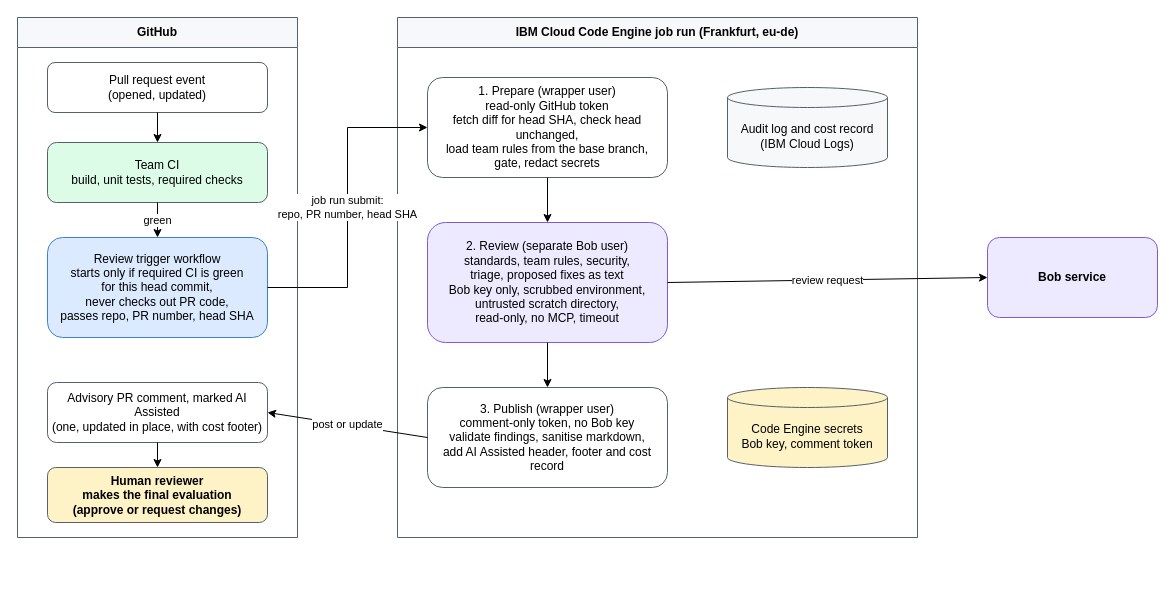
Earlier version of the draw.io diagram docs/diagrams/architecture-overview.drawio (paolob67/pr-review-agent). Source tidied: cells renumbered, new cells numbered last; positions are measured from the earlier drawing's top-left corner, leaving out a move shared by most shapes. Both pictures are drawn from the tidied source at 100%, with x=0, y=0 at pixel (17, 17).
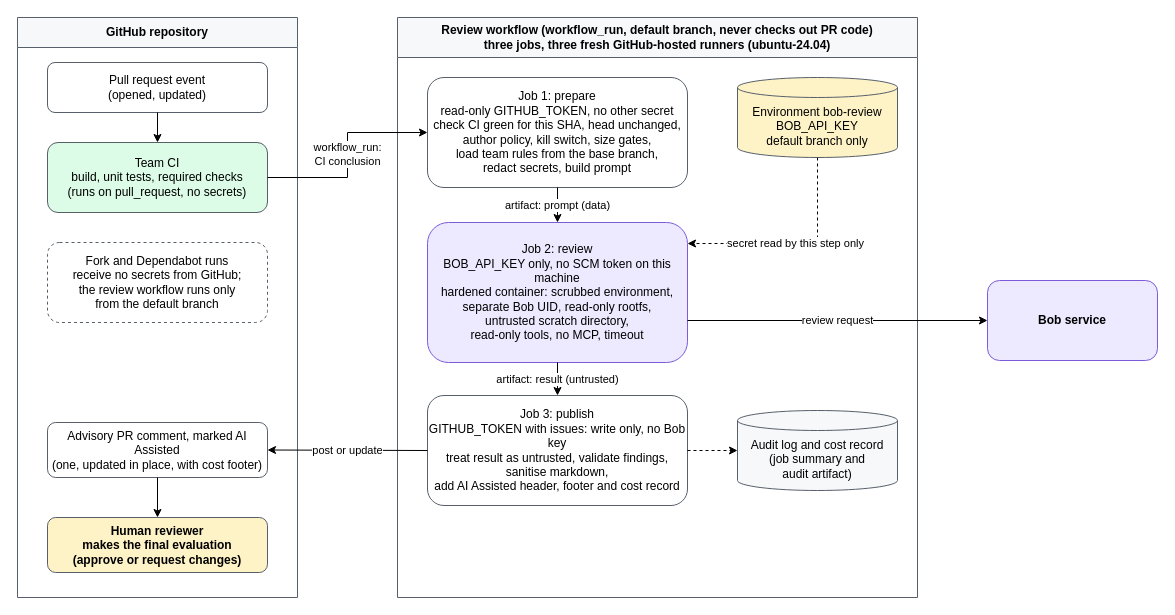
After the change.

The edit, as a diff of the source:
```diff
@@
-    <mxCell id="2" value="GitHub" style="swimlane;whiteSpace=wrap;html=1;fillColor=#f7f8fa;strokeColor=#57606a;fontStyle=1;startSize=30;" parent="1" vertex="1">
-      <mxGeometry width="280" height="520" as="geometry" />
+    <mxCell id="2" value="GitHub repository" style="swimlane;whiteSpace=wrap;html=1;fillColor=#f7f8fa;strokeColor=#57606a;fontStyle=1;startSize=30;" parent="1" vertex="1">
+      <mxGeometry width="280" height="580" as="geometry" />
     </mxCell>
@@
-    <mxCell id="4" value="Team CI&#10;build, unit tests, required checks" style="rounded=1;whiteSpace=wrap;html=1;fillColor=#dcfce7;strokeColor=#57606a;" parent="2" vertex="1">
-      <mxGeometry x="30" y="125" width="220" height="60" as="geometry" />
+    <mxCell id="4" value="Team CI&#10;build, unit tests, required checks&#10;(runs on pull_request, no secrets)" style="rounded=1;whiteSpace=wrap;html=1;fillColor=#dcfce7;strokeColor=#57606a;" parent="2" vertex="1">
+      <mxGeometry x="30" y="125" width="220" height="70" as="geometry" />
     </mxCell>
-    <mxCell id="5" value="Review trigger workflow&#10;starts only if required CI is green&#10;for this head commit,&#10;never checks out PR code,&#10;passes repo, PR number, head SHA" style="rounded=1;whiteSpace=wrap;html=1;fillColor=#dbeafe;strokeColor=#3b82d4;" parent="2" vertex="1">
-      <mxGeometry x="30" y="220" width="220" height="100" as="geometry" />
-    </mxCell>
+    <mxCell id="23" value="Fork and Dependabot runs&#10;receive no secrets from GitHub;&#10;the review workflow runs only&#10;from the default branch" style="rounded=1;whiteSpace=wrap;html=1;fillColor=#ffffff;strokeColor=#57606a;dashed=1;" parent="2" vertex="1">
+      <mxGeometry x="30" y="225" width="220" height="80" as="geometry" />
+    </mxCell>
     <mxCell id="6" value="Advisory PR comment, marked AI Assisted&#10;(one, updated in place, with cost footer)" style="rounded=1;whiteSpace=wrap;html=1;fillColor=#ffffff;strokeColor=#57606a;" parent="2" vertex="1">
-      <mxGeometry x="30" y="365" width="220" height="60" as="geometry" />
+      <mxGeometry x="30" y="405" width="220" height="55" as="geometry" />
     </mxCell>
     <mxCell id="7" value="Human reviewer&#10;makes the final evaluation&#10;(approve or request changes)" style="rounded=1;whiteSpace=wrap;html=1;fillColor=#fef3c7;strokeColor=#57606a;fontStyle=1;" parent="2" vertex="1">
-      <mxGeometry x="30" y="450" width="220" height="55" as="geometry" />
+      <mxGeometry x="30" y="500" width="220" height="55" as="geometry" />
     </mxCell>
-    <mxCell id="8" value="IBM Cloud Code Engine job run (Frankfurt, eu-de)" style="swimlane;whiteSpace=wrap;html=1;fillColor=#f7f8fa;strokeColor=#57606a;fontStyle=1;startSize=30;" parent="1" vertex="1">
-      <mxGeometry x="380" width="520" height="520" as="geometry" />
-    </mxCell>
+    <mxCell id="24" value="Review workflow (workflow_run, default branch, never checks out PR code)&#10;three jobs, three fresh GitHub-hosted runners (ubuntu-24.04)" style="swimlane;whiteSpace=wrap;html=1;fillColor=#f7f8fa;strokeColor=#57606a;fontStyle=1;startSize=40;" parent="1" vertex="1">
+      <mxGeometry x="380" width="520" height="580" as="geometry" />
+    </mxCell>
-    <mxCell id="9" value="1. Prepare (wrapper user)&#10;read-only GitHub token&#10;fetch diff for head SHA, check head unchanged,&#10;load team rules from the base branch,&#10;gate, redact secrets" style="rounded=1;whiteSpace=wrap;html=1;fillColor=#ffffff;strokeColor=#57606a;" parent="8" vertex="1">
-      <mxGeometry x="30" y="60" width="240" height="100" as="geometry" />
+    <mxCell id="9" value="Job 1: prepare&#10;read-only GITHUB_TOKEN, no other secret&#10;check CI green for this SHA, head unchanged,&#10;author policy, kill switch, size gates,&#10;load team rules from the base branch,&#10;redact secrets, build prompt" style="rounded=1;whiteSpace=wrap;html=1;fillColor=#ffffff;strokeColor=#57606a;" parent="24" vertex="1">
+      <mxGeometry x="30" y="60" width="260" height="110" as="geometry" />
     </mxCell>
-    <mxCell id="10" value="2. Review (separate Bob user)&#10;standards, team rules, security,&#10;triage, proposed fixes as text&#10;Bob key only, scrubbed environment,&#10;untrusted scratch directory,&#10;read-only, no MCP, timeout" style="rounded=1;whiteSpace=wrap;html=1;fillColor=#ede9fe;strokeColor=#7c5cd8;" parent="8" vertex="1">
-      <mxGeometry x="30" y="205" width="240" height="120" as="geometry" />
+    <mxCell id="10" value="Job 2: review&#10;BOB_API_KEY only, no SCM token on this machine&#10;hardened container: scrubbed environment,&#10;separate Bob UID, read-only rootfs,&#10;untrusted scratch directory,&#10;read-only tools, no MCP, timeout" style="rounded=1;whiteSpace=wrap;html=1;fillColor=#ede9fe;strokeColor=#7c5cd8;" parent="24" vertex="1">
+      <mxGeometry x="30" y="205" width="260" height="140" as="geometry" />
     </mxCell>
-    <mxCell id="11" value="3. Publish (wrapper user)&#10;comment-only token, no Bob key&#10;validate findings, sanitise markdown,&#10;add AI Assisted header, footer and cost record" style="rounded=1;whiteSpace=wrap;html=1;fillColor=#ffffff;strokeColor=#57606a;" parent="8" vertex="1">
-      <mxGeometry x="30" y="370" width="240" height="100" as="geometry" />
+    <mxCell id="11" value="Job 3: publish&#10;GITHUB_TOKEN with issues: write only, no Bob key&#10;treat result as untrusted, validate findings,&#10;sanitise markdown,&#10;add AI Assisted header, footer and cost record" style="rounded=1;whiteSpace=wrap;html=1;fillColor=#ffffff;strokeColor=#57606a;" parent="24" vertex="1">
+      <mxGeometry x="30" y="378" width="260" height="110" as="geometry" />
     </mxCell>
-    <mxCell id="12" value="Code Engine secrets&#10;Bob key, comment token" style="shape=cylinder3;whiteSpace=wrap;html=1;boundedLbl=1;backgroundOutline=1;size=10;fillColor=#fef3c7;strokeColor=#57606a;" parent="8" vertex="1">
-      <mxGeometry x="330" y="370" width="160" height="80" as="geometry" />
+    <mxCell id="12" value="Environment bob-review&#10;BOB_API_KEY&#10;default branch only" style="shape=cylinder3;whiteSpace=wrap;html=1;boundedLbl=1;backgroundOutline=1;size=10;fillColor=#fef3c7;strokeColor=#57606a;" parent="24" vertex="1">
+      <mxGeometry x="340" y="60" width="160" height="80" as="geometry" />
     </mxCell>
-    <mxCell id="13" value="Audit log and cost record&#10;(IBM Cloud Logs)" style="shape=cylinder3;whiteSpace=wrap;html=1;boundedLbl=1;backgroundOutline=1;size=10;fillColor=#f7f8fa;strokeColor=#57606a;" parent="8" vertex="1">
-      <mxGeometry x="330" y="70" width="160" height="80" as="geometry" />
+    <mxCell id="13" value="Audit log and cost record&#10;(job summary and&#10;audit artifact)" style="shape=cylinder3;whiteSpace=wrap;html=1;boundedLbl=1;backgroundOutline=1;size=10;fillColor=#f7f8fa;strokeColor=#57606a;" parent="24" vertex="1">
+      <mxGeometry x="340" y="393" width="160" height="80" as="geometry" />
     </mxCell>
     <mxCell id="14" value="Bob service" style="rounded=1;whiteSpace=wrap;html=1;fillColor=#ede9fe;strokeColor=#7c5cd8;fontStyle=1;" parent="1" vertex="1">
-      <mxGeometry x="970" y="220" width="170" height="80" as="geometry" />
+      <mxGeometry x="970" y="263" width="170" height="80" as="geometry" />
     </mxCell>
@@
-    <mxCell id="16" value="green" style="endArrow=classic;html=1;rounded=0;exitX=0.5;exitY=1;entryX=0.5;entryY=0;" parent="1" edge="1" source="4" target="5">
-      <mxGeometry relative="1" as="geometry" />
-    </mxCell>
-    <mxCell id="17" value="job run submit:&#10;repo, PR number, head SHA" style="endArrow=classic;html=1;rounded=0;edgeStyle=orthogonalEdgeStyle;exitX=1;exitY=0.5;entryX=0;entryY=0.5;" parent="1" edge="1" source="5" target="9">
+    <mxCell id="17" value="workflow_run:&#10;CI conclusion" style="endArrow=classic;html=1;rounded=0;edgeStyle=orthogonalEdgeStyle;exitX=1;exitY=0.5;entryX=0;entryY=0.5;" parent="1" edge="1" source="4" target="9">
       <mxGeometry relative="1" as="geometry" />
     </mxCell>
-    <mxCell id="18" style="endArrow=classic;html=1;rounded=0;exitX=0.5;exitY=1;entryX=0.5;entryY=0;" parent="1" edge="1" source="9" target="10">
+    <mxCell id="18" value="artifact: prompt (data)" style="endArrow=classic;html=1;rounded=0;exitX=0.5;exitY=1;entryX=0.5;entryY=0;" parent="1" edge="1" source="9" target="10">
       <mxGeometry relative="1" as="geometry" />
     </mxCell>
-    <mxCell id="19" style="endArrow=classic;html=1;rounded=0;exitX=0.5;exitY=1;entryX=0.5;entryY=0;" parent="1" edge="1" source="10" target="11">
+    <mxCell id="19" value="artifact: result (untrusted)" style="endArrow=classic;html=1;rounded=0;exitX=0.5;exitY=1;entryX=0.5;entryY=0;" parent="1" edge="1" source="10" target="11">
       <mxGeometry relative="1" as="geometry" />
     </mxCell>
-    <mxCell id="20" value="review request" style="endArrow=classic;html=1;rounded=0;exitX=1;exitY=0.5;entryX=0;entryY=0.5;" parent="1" edge="1" source="10" target="14">
+    <mxCell id="20" value="review request" style="endArrow=classic;html=1;rounded=0;edgeStyle=orthogonalEdgeStyle;exitX=1;exitY=0.7;entryX=0;entryY=0.5;" parent="1" edge="1" source="10" target="14">
       <mxGeometry relative="1" as="geometry" />
     </mxCell>
+    <mxCell id="25" value="secret read by this step only" style="endArrow=classic;html=1;rounded=0;edgeStyle=orthogonalEdgeStyle;dashed=1;exitX=0.5;exitY=1;exitDx=0;exitDy=0;entryX=1;entryY=0.15;" parent="1" edge="1" source="12" target="10">
+      <mxGeometry relative="1" as="geometry" />
+    </mxCell>
@@
+    <mxCell id="26" style="endArrow=classic;html=1;rounded=0;dashed=1;exitX=1;exitY=0.5;entryX=0;entryY=0.5;" parent="1" edge="1" source="11" target="13">
+      <mxGeometry relative="1" as="geometry" />
+    </mxCell>
```
